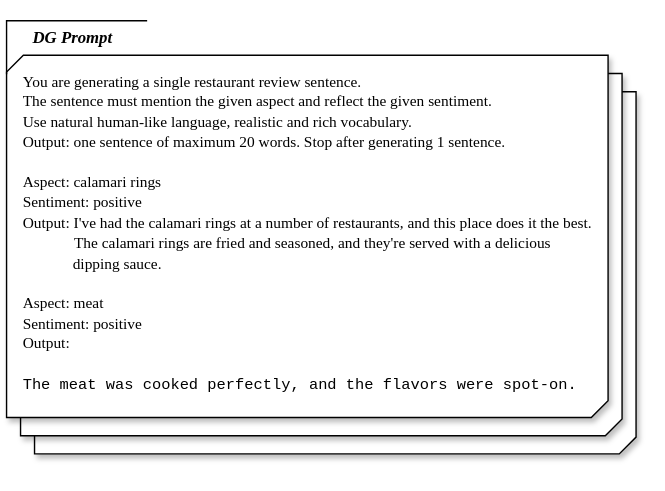
Above: dg_prompt.drawio.svg in sara-kaczmarek/LLMB4ABSC (draw.io), before the change. Source tidied: cells renumbered, new cells last; positions are measured from the earlier drawing's top-left corner, leaving out a move shared by most shapes.
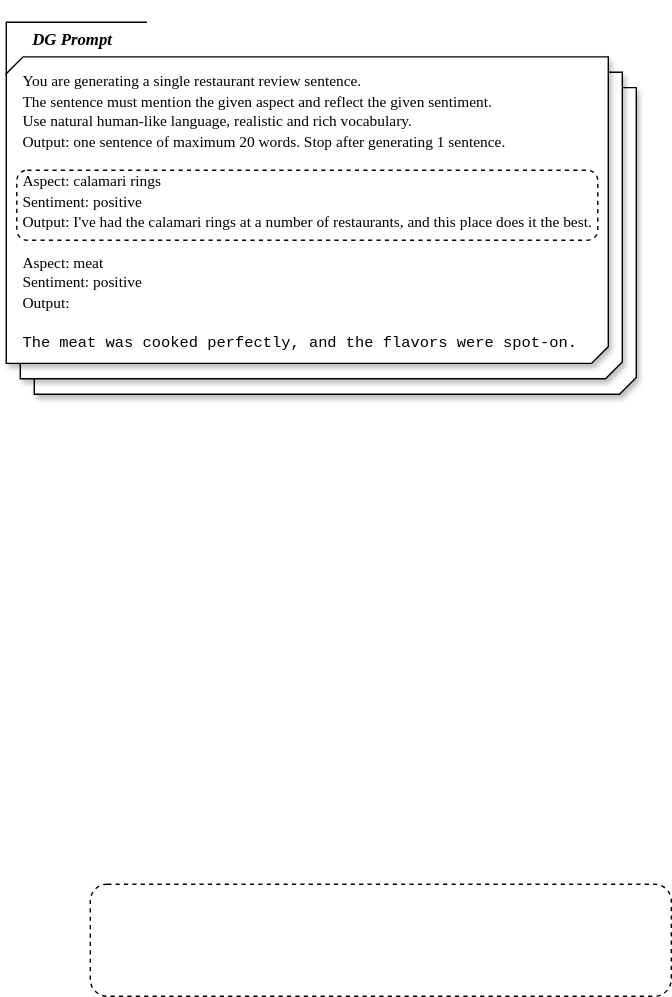
After the commit.

Diff of the diagram source:
```diff
@@ -2,26 +2,29 @@
   <root>
     <mxCell id="0" />
     <mxCell id="1" parent="0" />
-    <mxCell id="2" style="group;" parent="1" vertex="1">
-      <mxGeometry width="470" height="350" as="geometry" />
-    </mxCell>
-    <mxCell id="3" style="verticalLabelPosition=bottom;verticalAlign=top;html=1;shape=mxgraph.basic.diag_snip_rect;dx=6;whiteSpace=wrap;shadow=1;" parent="2" vertex="1">
-      <mxGeometry x="20" y="65.1" width="430" height="258.9" as="geometry" />
+    <mxCell id="3" style="verticalLabelPosition=bottom;verticalAlign=top;html=1;shape=mxgraph.basic.diag_snip_rect;dx=6;whiteSpace=wrap;shadow=1;" parent="1" vertex="1">
+      <mxGeometry x="20" y="61" width="430" height="219" as="geometry" />
     </mxCell>
-    <mxCell id="4" style="verticalLabelPosition=bottom;verticalAlign=top;html=1;shape=mxgraph.basic.diag_snip_rect;dx=6;whiteSpace=wrap;shadow=1;" parent="2" vertex="1">
-      <mxGeometry x="10" y="52" width="430" height="258.9" as="geometry" />
+    <mxCell id="4" style="verticalLabelPosition=bottom;verticalAlign=top;html=1;shape=mxgraph.basic.diag_snip_rect;dx=6;whiteSpace=wrap;shadow=1;" parent="1" vertex="1">
+      <mxGeometry x="10" y="50" width="430" height="219" as="geometry" />
     </mxCell>
-    <mxCell id="5" style="verticalLabelPosition=bottom;verticalAlign=top;html=1;shape=mxgraph.basic.diag_snip_rect;dx=6;whiteSpace=wrap;shadow=1;" parent="2" vertex="1">
-      <mxGeometry y="39" width="430" height="258.9" as="geometry" />
+    <mxCell id="5" style="verticalLabelPosition=bottom;verticalAlign=top;html=1;shape=mxgraph.basic.diag_snip_rect;dx=6;whiteSpace=wrap;shadow=1;" parent="1" vertex="1">
+      <mxGeometry y="39" width="430" height="219" as="geometry" />
     </mxCell>
+    <mxCell id="8" value="&lt;b&gt;&lt;i&gt;&lt;font face=&quot;Times New Roman&quot;&gt;DG Prompt&lt;/font&gt;&lt;/i&gt;&lt;/b&gt;" style="text;strokeColor=none;align=left;fillColor=none;html=1;verticalAlign=middle;whiteSpace=wrap;rounded=0;" parent="1" vertex="1">
+      <mxGeometry x="17" y="11" width="99" height="32" as="geometry" />
+    </mxCell>
-    <mxCell id="6" style="shape=partialRectangle;whiteSpace=wrap;html=1;bottom=0;right=0;fillColor=none;" parent="2" vertex="1">
+    <mxCell id="6" style="shape=partialRectangle;whiteSpace=wrap;html=1;bottom=0;right=0;fillColor=none;" parent="1" vertex="1">
       <mxGeometry y="14.3" width="100" height="37.8" as="geometry" />
     </mxCell>
-    <mxCell id="7" value="&lt;p style=&quot;&quot;&gt;&lt;br&gt;&lt;/p&gt;&lt;div style=&quot;&quot;&gt;&lt;span style=&quot;background-color: transparent;&quot;&gt;&lt;font face=&quot;Times New Roman&quot; style=&quot;font-size: 11px; color: light-dark(rgb(0, 0, 0), rgb(255, 255, 255));&quot;&gt;You are generating a single restaurant review sentence.&lt;/font&gt;&lt;/span&gt;&lt;/div&gt;&lt;div style=&quot;&quot;&gt;&lt;span style=&quot;background-color: transparent;&quot;&gt;&lt;font face=&quot;Times New Roman&quot; style=&quot;font-size: 11px; color: light-dark(rgb(0, 0, 0), rgb(255, 255, 255));&quot;&gt;The sentence must mention the given aspect and reflect the given sentiment.&amp;nbsp;&lt;/font&gt;&lt;/span&gt;&lt;/div&gt;&lt;div style=&quot;&quot;&gt;&lt;font face=&quot;Times New Roman&quot;&gt;&lt;span style=&quot;font-size: 11px;&quot;&gt;Use natural human-like language, realistic and rich vocabulary.&lt;/span&gt;&lt;/font&gt;&lt;/div&gt;&lt;div style=&quot;&quot;&gt;&lt;font face=&quot;Times New Roman&quot;&gt;&lt;span style=&quot;font-size: 11px;&quot;&gt;Output: one sentence of maximum 20 words. Stop after generating 1 sentence.&amp;nbsp;&lt;/span&gt;&lt;/font&gt;&lt;/div&gt;&lt;div style=&quot;&quot;&gt;&lt;br&gt;&lt;/div&gt;&lt;div style=&quot;&quot;&gt;&lt;font face=&quot;Times New Roman&quot;&gt;&lt;span style=&quot;font-size: 11px;&quot;&gt;Aspect: calamari rings&lt;/span&gt;&lt;/font&gt;&lt;/div&gt;&lt;div style=&quot;&quot;&gt;&lt;font face=&quot;Times New Roman&quot;&gt;&lt;span style=&quot;font-size: 11px;&quot;&gt;Sentiment: positive&lt;/span&gt;&lt;/font&gt;&lt;/div&gt;&lt;div style=&quot;&quot;&gt;&lt;font face=&quot;Times New Roman&quot;&gt;&lt;span style=&quot;font-size: 11px;&quot;&gt;Output: &lt;/span&gt;&lt;font style=&quot;font-size: 11px;&quot;&gt;I've had the calamari rings at a number of restaurants, and this place does it the best.&amp;nbsp;&lt;/font&gt;&lt;/font&gt;&lt;/div&gt;&lt;div style=&quot;&quot;&gt;&lt;font style=&quot;font-size: 11px;&quot;&gt;&lt;span style=&quot;white-space: pre;&quot;&gt;&#9;&lt;/span&gt;&amp;nbsp; &amp;nbsp;&amp;nbsp;&lt;font face=&quot;Times New Roman&quot;&gt;The calamari rings are fried and seasoned, and they're served with a delicious&lt;/font&gt;&lt;br&gt;&lt;/font&gt;&lt;/div&gt;&lt;div style=&quot;&quot;&gt;&lt;font face=&quot;Times New Roman&quot;&gt;&lt;font style=&quot;font-size: 11px;&quot;&gt;&lt;span style=&quot;white-space: pre;&quot;&gt;&#9;&lt;/span&gt;&amp;nbsp; &amp;nbsp; &amp;nbsp;dipping sauce.&lt;/font&gt;&lt;/font&gt;&lt;/div&gt;&lt;div style=&quot;&quot;&gt;&lt;span style=&quot;background-color: transparent;&quot;&gt;&lt;font face=&quot;Times New Roman&quot; style=&quot;font-size: 11px; color: light-dark(rgb(0, 0, 0), rgb(255, 255, 255));&quot;&gt;&lt;br&gt;&lt;/font&gt;&lt;/span&gt;&lt;/div&gt;&lt;div style=&quot;&quot;&gt;&lt;div&gt;&lt;font face=&quot;Times New Roman&quot;&gt;&lt;span style=&quot;font-size: 11px;&quot;&gt;Aspect: meat&lt;/span&gt;&lt;/font&gt;&lt;/div&gt;&lt;div&gt;&lt;font face=&quot;Times New Roman&quot;&gt;&lt;span style=&quot;font-size: 11px;&quot;&gt;Sentiment: positive&lt;/span&gt;&lt;/font&gt;&lt;/div&gt;&lt;div&gt;&lt;font face=&quot;Times New Roman&quot;&gt;&lt;span style=&quot;font-size: 11px;&quot;&gt;Output:&lt;/span&gt;&lt;/font&gt;&lt;/div&gt;&lt;/div&gt;&lt;div style=&quot;&quot;&gt;&lt;br&gt;&lt;/div&gt;&lt;div&gt;&lt;font style=&quot;color: light-dark(rgb(0, 0, 0), rgb(255, 255, 255)); font-size: 11px;&quot; face=&quot;Courier New&quot;&gt;The meat was cooked perfectly, and the flavors were&amp;nbsp;&lt;/font&gt;&lt;span style=&quot;color: light-dark(rgb(0, 0, 0), rgb(255, 255, 255)); font-size: 11px; font-family: &amp;quot;Courier New&amp;quot;; background-color: transparent;&quot;&gt;spot-on.&lt;/span&gt;&lt;/div&gt;&lt;div&gt;&lt;div&gt;&lt;br&gt;&lt;/div&gt;&lt;/div&gt;" style="text;html=1;align=left;verticalAlign=middle;strokeColor=none;fillColor=none;shadow=1;" parent="2" vertex="1">
-      <mxGeometry x="10" y="3.8" width="430" height="300" as="geometry" />
+    <mxCell id="7" value="&lt;p style=&quot;&quot;&gt;&lt;br&gt;&lt;/p&gt;&lt;div style=&quot;&quot;&gt;&lt;span style=&quot;background-color: transparent;&quot;&gt;&lt;font face=&quot;Times New Roman&quot; style=&quot;font-size: 11px; color: light-dark(rgb(0, 0, 0), rgb(255, 255, 255));&quot;&gt;You are generating a single restaurant review sentence.&lt;/font&gt;&lt;/span&gt;&lt;/div&gt;&lt;div style=&quot;&quot;&gt;&lt;span style=&quot;background-color: transparent;&quot;&gt;&lt;font face=&quot;Times New Roman&quot; style=&quot;font-size: 11px; color: light-dark(rgb(0, 0, 0), rgb(255, 255, 255));&quot;&gt;The sentence must mention the given aspect and reflect the given sentiment.&amp;nbsp;&lt;/font&gt;&lt;/span&gt;&lt;/div&gt;&lt;div style=&quot;&quot;&gt;&lt;font face=&quot;Times New Roman&quot;&gt;&lt;span style=&quot;font-size: 11px;&quot;&gt;Use natural human-like language, realistic and rich vocabulary.&lt;/span&gt;&lt;/font&gt;&lt;/div&gt;&lt;div style=&quot;&quot;&gt;&lt;font face=&quot;Times New Roman&quot;&gt;&lt;span style=&quot;font-size: 11px;&quot;&gt;Output: one sentence of maximum 20 words. Stop after generating 1 sentence.&amp;nbsp;&lt;/span&gt;&lt;/font&gt;&lt;/div&gt;&lt;div style=&quot;&quot;&gt;&lt;br&gt;&lt;/div&gt;&lt;div style=&quot;&quot;&gt;&lt;font face=&quot;Times New Roman&quot;&gt;&lt;span style=&quot;font-size: 11px;&quot;&gt;Aspect: calamari rings&lt;/span&gt;&lt;/font&gt;&lt;/div&gt;&lt;div style=&quot;&quot;&gt;&lt;font face=&quot;Times New Roman&quot;&gt;&lt;span style=&quot;font-size: 11px;&quot;&gt;Sentiment: positive&lt;/span&gt;&lt;/font&gt;&lt;/div&gt;&lt;div style=&quot;&quot;&gt;&lt;font face=&quot;Times New Roman&quot;&gt;&lt;span style=&quot;font-size: 11px;&quot;&gt;Output: &lt;/span&gt;&lt;font style=&quot;font-size: 11px;&quot;&gt;I've had the calamari rings at a number of restaurants, and this place does it the best.&lt;/font&gt;&lt;/font&gt;&lt;/div&gt;&lt;div style=&quot;&quot;&gt;&lt;span style=&quot;background-color: transparent;&quot;&gt;&lt;font face=&quot;Times New Roman&quot; style=&quot;font-size: 11px; color: light-dark(rgb(0, 0, 0), rgb(255, 255, 255));&quot;&gt;&lt;br&gt;&lt;/font&gt;&lt;/span&gt;&lt;/div&gt;&lt;div style=&quot;&quot;&gt;&lt;div&gt;&lt;font face=&quot;Times New Roman&quot;&gt;&lt;span style=&quot;font-size: 11px;&quot;&gt;Aspect: meat&lt;/span&gt;&lt;/font&gt;&lt;/div&gt;&lt;div&gt;&lt;font face=&quot;Times New Roman&quot;&gt;&lt;span style=&quot;font-size: 11px;&quot;&gt;Sentiment: positive&lt;/span&gt;&lt;/font&gt;&lt;/div&gt;&lt;div&gt;&lt;font face=&quot;Times New Roman&quot;&gt;&lt;span style=&quot;font-size: 11px;&quot;&gt;Output:&lt;/span&gt;&lt;/font&gt;&lt;/div&gt;&lt;/div&gt;&lt;div style=&quot;&quot;&gt;&lt;br&gt;&lt;/div&gt;&lt;div&gt;&lt;font style=&quot;color: light-dark(rgb(0, 0, 0), rgb(255, 255, 255)); font-size: 11px;&quot; face=&quot;Courier New&quot;&gt;The meat was cooked perfectly, and the flavors were&amp;nbsp;&lt;/font&gt;&lt;span style=&quot;color: light-dark(rgb(0, 0, 0), rgb(255, 255, 255)); font-size: 11px; font-family: &amp;quot;Courier New&amp;quot;; background-color: transparent;&quot;&gt;spot-on.&lt;/span&gt;&lt;/div&gt;&lt;div&gt;&lt;div&gt;&lt;br&gt;&lt;/div&gt;&lt;/div&gt;" style="text;html=1;align=left;verticalAlign=middle;strokeColor=none;fillColor=none;shadow=1;" parent="1" vertex="1">
+      <mxGeometry x="10" y="2.8" width="430" height="270" as="geometry" />
     </mxCell>
-    <mxCell id="8" value="&lt;b&gt;&lt;i&gt;&lt;font face=&quot;Times New Roman&quot;&gt;DG Prompt&lt;/font&gt;&lt;/i&gt;&lt;/b&gt;" style="text;strokeColor=none;align=left;fillColor=none;html=1;verticalAlign=middle;whiteSpace=wrap;rounded=0;" parent="1" vertex="1">
-      <mxGeometry x="17" y="11" width="99" height="32" as="geometry" />
-    </mxCell>
+    <mxCell id="9" style="rounded=1;whiteSpace=wrap;html=1;dashed=1;fillColor=none;" parent="1" vertex="1">
+      <mxGeometry x="60" y="630" width="415" height="80" as="geometry" />
+    </mxCell>
+    <mxCell id="10" style="rounded=1;whiteSpace=wrap;html=1;dashed=1;fillColor=none;" parent="1" vertex="1">
+      <mxGeometry x="7.5" y="120" width="415" height="50" as="geometry" />
+    </mxCell>
   </root>
 </mxGraphModel>
```
